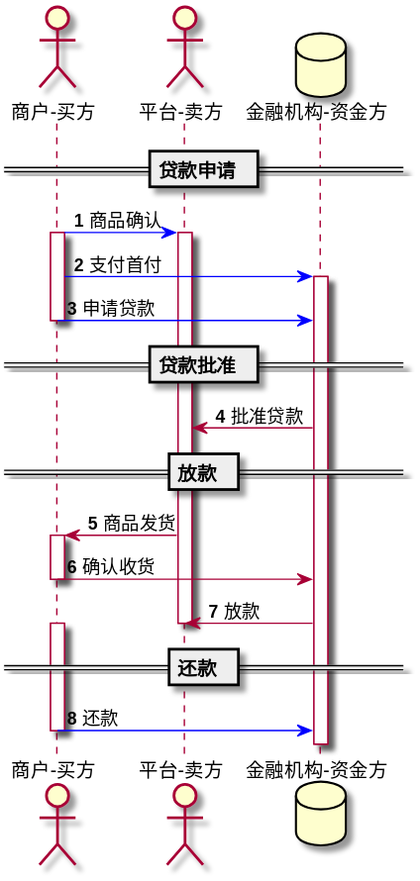
This is 201803_二维火分期购/二维火分期购-2.svg from acewind1/talk, a PlantUML export, as it was before one commit.
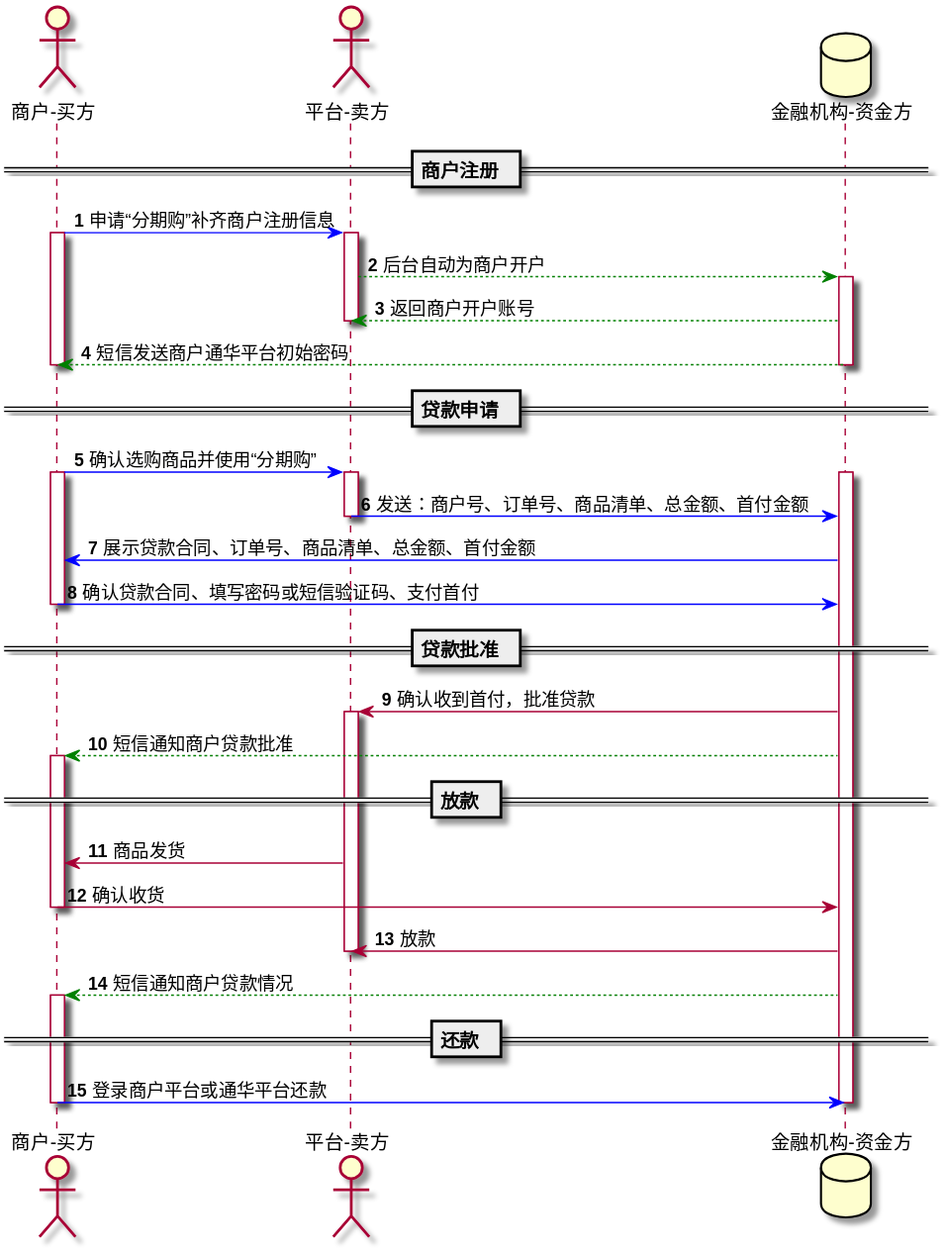
After the commit.

Diff of the diagram source:
```diff
@@ -4,27 +4,49 @@
 database “金融机构-资金方” as Foo3
 
 autonumber
-== 贷款申请  ==
-Foo1 -[#0000FF]> Foo2 : 商品确认
+== 商户注册  ==
+Foo1 -[#0000FF]> Foo2 : 申请“分期购”补齐商户注册信息
 activate Foo1
 activate Foo2
-Foo1 -[#0000FF]> Foo3 : 支付首付
+Foo2 -[#008000]-> Foo3 : 后台自动为商户开户
+activate Foo3
+Foo3 -[#008000]-> Foo2 : 返回商户开户账号
+deactivate Foo2
+Foo3 -[#008000]-> Foo1 : 短信发送商户通华平台初始密码
+deactivate Foo1
+deactivate Foo3
 
+== 贷款申请  ==
+Foo1 -[#0000FF]> Foo2 : 确认选购商品并使用“分期购”
+activate Foo1
+activate Foo2
 activate Foo3
-Foo1 -[#0000FF]> Foo3 : 申请贷款
+Foo2 -[#0000FF]> Foo3 : 发送：商户号、订单号、商品清单、总金额、首付金额
+deactivate Foo2
+Foo3 -[#0000FF]> Foo1 : 展示贷款合同、订单号、商品清单、总金额、首付金额
+Foo1 -[#0000FF]> Foo3 : 确认贷款合同、填写密码或短信验证码、支付首付
 deactivate Foo1
+
 == 贷款批准  ==
-Foo3 -> Foo2 : 批准贷款
+Foo3 -> Foo2 : 确认收到首付，批准贷款
+activate Foo2
+
+Foo3 -[#008000]-> Foo1 : 短信通知商户贷款批准
+activate Foo1
 == 放款  ==
 Foo2 -> Foo1 : 商品发货
-activate Foo1
+
 Foo1 -> Foo3 : 确认收货
 deactivate Foo1
 Foo3 -> Foo2 : 放款
 deactivate Foo2
+
+Foo3 -[#008000]-> Foo1 : 短信通知商户贷款情况
+activate Foo1
 == 还款  ==
-activate Foo1
-Foo1 -[#0000FF]> Foo3 : 还款
+
+Foo1 -[#0000FF]> Foo3 : 登录商户平台或通华平台还款
 deactivate Foo1
+deactivate Foo3
 
 @enduml
```
